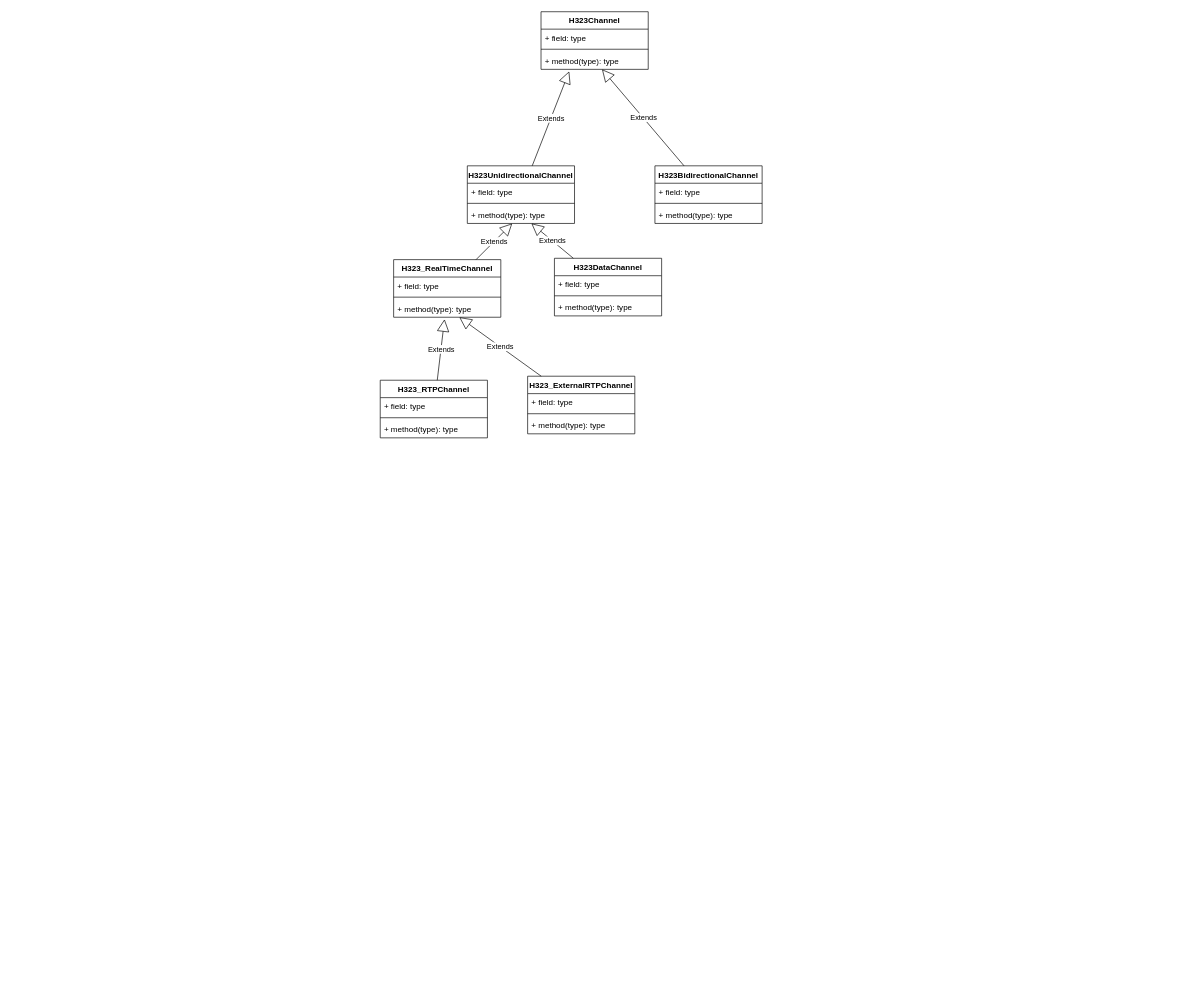
Above: page "RTPChannel" (7 of 7) of openmcu (18).drawio in lcrboy/doc (draw.io), before the change. Source tidied: cells renumbered, new cells numbered last; positions are measured from the earlier drawing's top-left corner, leaving out a move shared by most shapes. Both pictures are drawn from the tidied source at 67%, with x=0, y=0 at pixel (380, 11).
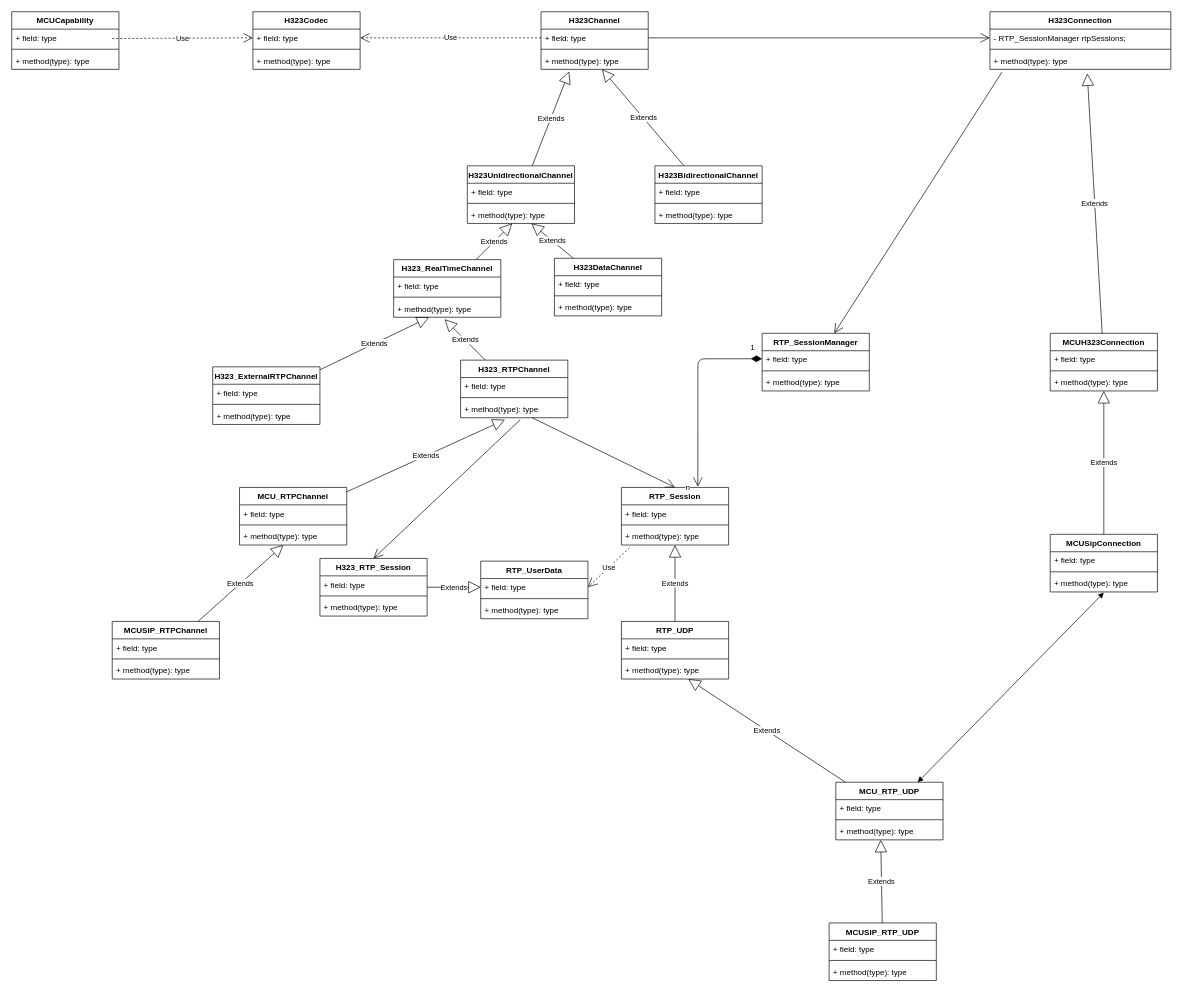
Above is the later version.

The change refers to these unchanged cells:
```xml
<mxCell id="3" value="+ field: type" style="text;strokeColor=none;fillColor=none;align=left;verticalAlign=top;spacingLeft=4;spacingRight=4;overflow=hidden;points=[[0,0.5],[1,0.5]];portConstraint=eastwest;" parent="2" vertex="1">
  <mxGeometry y="26" width="160" height="26" as="geometry" />
</mxCell>
<mxCell id="24" value="+ method(type): type" style="text;strokeColor=none;fillColor=none;align=left;verticalAlign=top;spacingLeft=4;spacingRight=4;overflow=hidden;points=[[0,0.5],[1,0.5]];portConstraint=eastwest;" parent="21" vertex="1">
  <mxGeometry y="60" width="160" height="26" as="geometry" />
</mxCell>
```

What changed in the source:
```diff
@@
     <mxCell id="21" value="H323_RTPChannel" style="swimlane;fontStyle=1;align=center;verticalAlign=top;horizontal=1;startSize=26;" parent="1" vertex="1">
-      <mxGeometry y="550" width="160" height="86" as="geometry" />
+      <mxGeometry x="120" y="520" width="160" height="86" as="geometry" />
     </mxCell>
@@
     <mxCell id="26" value="H323_ExternalRTPChannel" style="swimlane;fontStyle=1;align=center;verticalAlign=top;horizontal=1;startSize=26;" parent="1" vertex="1">
-      <mxGeometry x="220" y="544" width="160" height="86" as="geometry" />
+      <mxGeometry x="-250" y="530" width="160" height="86" as="geometry" />
     </mxCell>
@@
+    <mxCell id="36" value="RTP_UserData" style="swimlane;fontStyle=1;align=center;verticalAlign=top;horizontal=1;startSize=26;" parent="1" vertex="1">
+      <mxGeometry x="150" y="820" width="160" height="86" as="geometry" />
+    </mxCell>
+    <mxCell id="37" value="+ field: type" style="text;strokeColor=none;fillColor=none;align=left;verticalAlign=top;spacingLeft=4;spacingRight=4;overflow=hidden;points=[[0,0.5],[1,0.5]];portConstraint=eastwest;" parent="36" vertex="1">
+      <mxGeometry y="26" width="160" height="26" as="geometry" />
+    </mxCell>
+    <mxCell id="38" style="line;strokeWidth=1;fillColor=none;align=left;verticalAlign=middle;spacingTop=-1;spacingLeft=3;spacingRight=3;labelPosition=right;" parent="36" vertex="1">
+      <mxGeometry y="52" width="160" height="8" as="geometry" />
+    </mxCell>
+    <mxCell id="39" value="+ method(type): type" style="text;strokeColor=none;fillColor=none;align=left;verticalAlign=top;spacingLeft=4;spacingRight=4;overflow=hidden;" parent="36" vertex="1">
+      <mxGeometry y="60" width="160" height="26" as="geometry" />
+    </mxCell>
+    <mxCell id="40" value="H323_RTP_Session" style="swimlane;fontStyle=1;align=center;verticalAlign=top;horizontal=1;startSize=26;" parent="1" vertex="1">
+      <mxGeometry x="-90" y="816" width="160" height="86" as="geometry" />
+    </mxCell>
+    <mxCell id="41" value="+ field: type" style="text;strokeColor=none;fillColor=none;align=left;verticalAlign=top;spacingLeft=4;spacingRight=4;overflow=hidden;" parent="40" vertex="1">
+      <mxGeometry y="26" width="160" height="26" as="geometry" />
+    </mxCell>
+    <mxCell id="42" style="line;strokeWidth=1;fillColor=none;align=left;verticalAlign=middle;spacingTop=-1;spacingLeft=3;spacingRight=3;labelPosition=right;" parent="40" vertex="1">
+      <mxGeometry y="52" width="160" height="8" as="geometry" />
+    </mxCell>
+    <mxCell id="43" value="+ method(type): type" style="text;strokeColor=none;fillColor=none;align=left;verticalAlign=top;spacingLeft=4;spacingRight=4;overflow=hidden;" parent="40" vertex="1">
+      <mxGeometry y="60" width="160" height="26" as="geometry" />
+    </mxCell>
+    <mxCell id="44" value="RTP_Session" style="swimlane;fontStyle=1;align=center;verticalAlign=top;horizontal=1;startSize=26;" parent="1" vertex="1">
+      <mxGeometry x="360" y="710" width="160" height="86" as="geometry" />
+    </mxCell>
+    <mxCell id="45" value="+ field: type" style="text;strokeColor=none;fillColor=none;align=left;verticalAlign=top;spacingLeft=4;spacingRight=4;overflow=hidden;" parent="44" vertex="1">
+      <mxGeometry y="26" width="160" height="26" as="geometry" />
+    </mxCell>
+    <mxCell id="46" style="line;strokeWidth=1;fillColor=none;align=left;verticalAlign=middle;spacingTop=-1;spacingLeft=3;spacingRight=3;labelPosition=right;" parent="44" vertex="1">
+      <mxGeometry y="52" width="160" height="8" as="geometry" />
+    </mxCell>
+    <mxCell id="47" value="+ method(type): type" style="text;strokeColor=none;fillColor=none;align=left;verticalAlign=top;spacingLeft=4;spacingRight=4;overflow=hidden;points=[[0,0.5],[1,0.5]];portConstraint=eastwest;" parent="44" vertex="1">
+      <mxGeometry y="60" width="160" height="26" as="geometry" />
+    </mxCell>
+    <mxCell id="48" value="Extends" style="endArrow=block;endSize=16;endFill=0;html=1;" parent="1" edge="1" source="40" target="37">
+      <mxGeometry relative="1" as="geometry" />
+    </mxCell>
+    <mxCell id="49" style="endArrow=open;endFill=1;endSize=12;html=1;entryX=0.5;entryY=0;entryDx=0;entryDy=0;exitX=0.556;exitY=1.115;exitDx=0;exitDy=0;exitPerimeter=0;" parent="1" edge="1" source="24" target="40">
+      <mxGeometry relative="1" as="geometry" />
+    </mxCell>
+    <mxCell id="50" style="endArrow=open;endFill=1;endSize=12;html=1;entryX=0.5;entryY=0;entryDx=0;entryDy=0;" parent="1" edge="1" source="24" target="44">
+      <mxGeometry relative="1" as="geometry" />
+    </mxCell>
+    <mxCell id="51" value="MCU_RTPChannel" style="swimlane;fontStyle=1;align=center;verticalAlign=top;horizontal=1;startSize=26;" parent="1" vertex="1">
+      <mxGeometry x="-210" y="710" width="160" height="86" as="geometry" />
+    </mxCell>
+    <mxCell id="52" value="+ field: type" style="text;strokeColor=none;fillColor=none;align=left;verticalAlign=top;spacingLeft=4;spacingRight=4;overflow=hidden;" parent="51" vertex="1">
+      <mxGeometry y="26" width="160" height="26" as="geometry" />
+    </mxCell>
+    <mxCell id="53" style="line;strokeWidth=1;fillColor=none;align=left;verticalAlign=middle;spacingTop=-1;spacingLeft=3;spacingRight=3;labelPosition=right;" parent="51" vertex="1">
+      <mxGeometry y="52" width="160" height="8" as="geometry" />
+    </mxCell>
+    <mxCell id="54" value="+ method(type): type" style="text;strokeColor=none;fillColor=none;align=left;verticalAlign=top;spacingLeft=4;spacingRight=4;overflow=hidden;points=[[0,0.5],[1,0.5]];portConstraint=eastwest;" parent="51" vertex="1">
+      <mxGeometry y="60" width="160" height="26" as="geometry" />
+    </mxCell>
+    <mxCell id="55" value="Extends" style="endArrow=block;endSize=16;endFill=0;html=1;entryX=0.413;entryY=1.115;entryDx=0;entryDy=0;entryPerimeter=0;" parent="1" edge="1" source="51" target="24">
+      <mxGeometry relative="1" as="geometry" />
+    </mxCell>
+    <mxCell id="56" value="MCUSipConnection" style="swimlane;fontStyle=1;align=center;verticalAlign=top;horizontal=1;startSize=26;" parent="1" vertex="1">
+      <mxGeometry x="1000" y="780" width="160" height="86" as="geometry" />
+    </mxCell>
+    <mxCell id="57" value="+ field: type" style="text;strokeColor=none;fillColor=none;align=left;verticalAlign=top;spacingLeft=4;spacingRight=4;overflow=hidden;" parent="56" vertex="1">
+      <mxGeometry y="26" width="160" height="26" as="geometry" />
+    </mxCell>
+    <mxCell id="58" style="line;strokeWidth=1;fillColor=none;align=left;verticalAlign=middle;spacingTop=-1;spacingLeft=3;spacingRight=3;labelPosition=right;" parent="56" vertex="1">
+      <mxGeometry y="52" width="160" height="8" as="geometry" />
+    </mxCell>
+    <mxCell id="59" value="+ method(type): type" style="text;strokeColor=none;fillColor=none;align=left;verticalAlign=top;spacingLeft=4;spacingRight=4;overflow=hidden;points=[[0,0.5],[1,0.5]];portConstraint=eastwest;" parent="56" vertex="1">
+      <mxGeometry y="60" width="160" height="26" as="geometry" />
+    </mxCell>
+    <mxCell id="60" value="MCUH323Connection" style="swimlane;fontStyle=1;align=center;verticalAlign=top;horizontal=1;startSize=26;" parent="1" vertex="1">
+      <mxGeometry x="1000" y="480" width="160" height="86" as="geometry" />
+    </mxCell>
+    <mxCell id="61" value="+ field: type" style="text;strokeColor=none;fillColor=none;align=left;verticalAlign=top;spacingLeft=4;spacingRight=4;overflow=hidden;" parent="60" vertex="1">
+      <mxGeometry y="26" width="160" height="26" as="geometry" />
+    </mxCell>
+    <mxCell id="62" style="line;strokeWidth=1;fillColor=none;align=left;verticalAlign=middle;spacingTop=-1;spacingLeft=3;spacingRight=3;labelPosition=right;" parent="60" vertex="1">
+      <mxGeometry y="52" width="160" height="8" as="geometry" />
+    </mxCell>
+    <mxCell id="63" value="+ method(type): type" style="text;strokeColor=none;fillColor=none;align=left;verticalAlign=top;spacingLeft=4;spacingRight=4;overflow=hidden;points=[[0,0.5],[1,0.5]];portConstraint=eastwest;" parent="60" vertex="1">
+      <mxGeometry y="60" width="160" height="26" as="geometry" />
+    </mxCell>
+    <mxCell id="64" value="H323Connection" style="swimlane;fontStyle=1;align=center;verticalAlign=top;horizontal=1;startSize=26;" parent="1" vertex="1">
+      <mxGeometry x="910" width="270" height="86" as="geometry" />
+    </mxCell>
+    <mxCell id="65" value="- RTP_SessionManager rtpSessions;" style="text;strokeColor=none;fillColor=none;align=left;verticalAlign=top;spacingLeft=4;spacingRight=4;overflow=hidden;points=[[0,0.5],[1,0.5]];portConstraint=eastwest;" parent="64" vertex="1">
+      <mxGeometry y="26" width="270" height="26" as="geometry" />
+    </mxCell>
+    <mxCell id="66" style="line;strokeWidth=1;fillColor=none;align=left;verticalAlign=middle;spacingTop=-1;spacingLeft=3;spacingRight=3;labelPosition=right;" parent="64" vertex="1">
+      <mxGeometry y="52" width="270" height="8" as="geometry" />
+    </mxCell>
+    <mxCell id="67" value="+ method(type): type" style="text;strokeColor=none;fillColor=none;align=left;verticalAlign=top;spacingLeft=4;spacingRight=4;overflow=hidden;points=[[0,0.5],[1,0.5]];portConstraint=eastwest;" parent="64" vertex="1">
+      <mxGeometry y="60" width="270" height="26" as="geometry" />
+    </mxCell>
+    <mxCell id="68" value="Extends" style="endArrow=block;endSize=16;endFill=0;html=1;entryX=0.538;entryY=1.231;entryDx=0;entryDy=0;entryPerimeter=0;" parent="1" edge="1" source="60" target="67">
+      <mxGeometry relative="1" as="geometry" />
+    </mxCell>
+    <mxCell id="69" value="Extends" style="endArrow=block;endSize=16;endFill=0;html=1;" parent="1" edge="1" source="56" target="63">
+      <mxGeometry relative="1" as="geometry" />
+    </mxCell>
+    <mxCell id="70" value="MCUSIP_RTPChannel" style="swimlane;fontStyle=1;align=center;verticalAlign=top;horizontal=1;startSize=26;" parent="1" vertex="1">
+      <mxGeometry x="-400" y="910" width="160" height="86" as="geometry" />
+    </mxCell>
+    <mxCell id="71" value="+ field: type" style="text;strokeColor=none;fillColor=none;align=left;verticalAlign=top;spacingLeft=4;spacingRight=4;overflow=hidden;" parent="70" vertex="1">
+      <mxGeometry y="26" width="160" height="26" as="geometry" />
+    </mxCell>
+    <mxCell id="72" style="line;strokeWidth=1;fillColor=none;align=left;verticalAlign=middle;spacingTop=-1;spacingLeft=3;spacingRight=3;labelPosition=right;" parent="70" vertex="1">
+      <mxGeometry y="52" width="160" height="8" as="geometry" />
+    </mxCell>
+    <mxCell id="73" value="+ method(type): type" style="text;strokeColor=none;fillColor=none;align=left;verticalAlign=top;spacingLeft=4;spacingRight=4;overflow=hidden;" parent="70" vertex="1">
+      <mxGeometry y="60" width="160" height="26" as="geometry" />
+    </mxCell>
+    <mxCell id="74" value="Extends" style="endArrow=block;endSize=16;endFill=0;html=1;" parent="1" edge="1" source="70" target="54">
+      <mxGeometry relative="1" as="geometry" />
+    </mxCell>
+    <mxCell id="75" value="MCU_RTP_UDP" style="swimlane;fontStyle=1;align=center;verticalAlign=top;horizontal=1;startSize=26;" parent="1" vertex="1">
+      <mxGeometry x="680" y="1150" width="160" height="86" as="geometry" />
+    </mxCell>
+    <mxCell id="76" value="+ field: type" style="text;strokeColor=none;fillColor=none;align=left;verticalAlign=top;spacingLeft=4;spacingRight=4;overflow=hidden;" parent="75" vertex="1">
+      <mxGeometry y="26" width="160" height="26" as="geometry" />
+    </mxCell>
+    <mxCell id="77" style="line;strokeWidth=1;fillColor=none;align=left;verticalAlign=middle;spacingTop=-1;spacingLeft=3;spacingRight=3;labelPosition=right;" parent="75" vertex="1">
+      <mxGeometry y="52" width="160" height="8" as="geometry" />
+    </mxCell>
+    <mxCell id="78" value="+ method(type): type" style="text;strokeColor=none;fillColor=none;align=left;verticalAlign=top;spacingLeft=4;spacingRight=4;overflow=hidden;points=[[0,0.5],[1,0.5]];portConstraint=eastwest;" parent="75" vertex="1">
+      <mxGeometry y="60" width="160" height="26" as="geometry" />
+    </mxCell>
+    <mxCell id="79" value="MCUSIP_RTP_UDP" style="swimlane;fontStyle=1;align=center;verticalAlign=top;horizontal=1;startSize=26;" parent="1" vertex="1">
+      <mxGeometry x="670" y="1360" width="160" height="86" as="geometry" />
+    </mxCell>
+    <mxCell id="80" value="+ field: type" style="text;strokeColor=none;fillColor=none;align=left;verticalAlign=top;spacingLeft=4;spacingRight=4;overflow=hidden;" parent="79" vertex="1">
+      <mxGeometry y="26" width="160" height="26" as="geometry" />
+    </mxCell>
+    <mxCell id="81" style="line;strokeWidth=1;fillColor=none;align=left;verticalAlign=middle;spacingTop=-1;spacingLeft=3;spacingRight=3;labelPosition=right;" parent="79" vertex="1">
+      <mxGeometry y="52" width="160" height="8" as="geometry" />
+    </mxCell>
+    <mxCell id="82" value="+ method(type): type" style="text;strokeColor=none;fillColor=none;align=left;verticalAlign=top;spacingLeft=4;spacingRight=4;overflow=hidden;" parent="79" vertex="1">
+      <mxGeometry y="60" width="160" height="26" as="geometry" />
+    </mxCell>
+    <mxCell id="83" value="Extends" style="endArrow=block;endSize=16;endFill=0;html=1;entryX=0.419;entryY=1;entryDx=0;entryDy=0;entryPerimeter=0;" parent="1" edge="1" source="79" target="78">
+      <mxGeometry relative="1" as="geometry" />
+    </mxCell>
+    <mxCell id="84" style="endArrow=block;startArrow=block;endFill=1;startFill=1;html=1;exitX=0.5;exitY=1.038;exitDx=0;exitDy=0;exitPerimeter=0;" parent="1" edge="1" source="59" target="75">
+      <mxGeometry relative="1" as="geometry" />
+    </mxCell>
+    <mxCell id="85" value="RTP_SessionManager" style="swimlane;fontStyle=1;align=center;verticalAlign=top;horizontal=1;startSize=26;" parent="1" vertex="1">
+      <mxGeometry x="570" y="480" width="160" height="86" as="geometry" />
+    </mxCell>
+    <mxCell id="86" value="+ field: type" style="text;strokeColor=none;fillColor=none;align=left;verticalAlign=top;spacingLeft=4;spacingRight=4;overflow=hidden;" parent="85" vertex="1">
+      <mxGeometry y="26" width="160" height="26" as="geometry" />
+    </mxCell>
+    <mxCell id="87" style="line;strokeWidth=1;fillColor=none;align=left;verticalAlign=middle;spacingTop=-1;spacingLeft=3;spacingRight=3;labelPosition=right;" parent="85" vertex="1">
+      <mxGeometry y="52" width="160" height="8" as="geometry" />
+    </mxCell>
+    <mxCell id="88" value="+ method(type): type" style="text;strokeColor=none;fillColor=none;align=left;verticalAlign=top;spacingLeft=4;spacingRight=4;overflow=hidden;" parent="85" vertex="1">
+      <mxGeometry y="60" width="160" height="26" as="geometry" />
+    </mxCell>
+    <mxCell id="89" value="RTP_UDP" style="swimlane;fontStyle=1;align=center;verticalAlign=top;horizontal=1;startSize=26;" parent="1" vertex="1">
+      <mxGeometry x="360" y="910" width="160" height="86" as="geometry" />
+    </mxCell>
+    <mxCell id="90" value="+ field: type" style="text;strokeColor=none;fillColor=none;align=left;verticalAlign=top;spacingLeft=4;spacingRight=4;overflow=hidden;" parent="89" vertex="1">
+      <mxGeometry y="26" width="160" height="26" as="geometry" />
+    </mxCell>
+    <mxCell id="91" style="line;strokeWidth=1;fillColor=none;align=left;verticalAlign=middle;spacingTop=-1;spacingLeft=3;spacingRight=3;labelPosition=right;" parent="89" vertex="1">
+      <mxGeometry y="52" width="160" height="8" as="geometry" />
+    </mxCell>
+    <mxCell id="92" value="+ method(type): type" style="text;strokeColor=none;fillColor=none;align=left;verticalAlign=top;spacingLeft=4;spacingRight=4;overflow=hidden;points=[[0,0.5],[1,0.5]];portConstraint=eastwest;" parent="89" vertex="1">
+      <mxGeometry y="60" width="160" height="26" as="geometry" />
+    </mxCell>
+    <mxCell id="93" value="Extends" style="endArrow=block;endSize=16;endFill=0;html=1;" parent="1" edge="1" source="75" target="92">
+      <mxGeometry relative="1" as="geometry" />
+    </mxCell>
+    <mxCell id="94" value="Extends" style="endArrow=block;endSize=16;endFill=0;html=1;" parent="1" edge="1" source="89" target="47">
+      <mxGeometry relative="1" as="geometry" />
+    </mxCell>
+    <mxCell id="95" value="1" style="endArrow=open;html=1;endSize=12;startArrow=diamondThin;startSize=14;startFill=1;edgeStyle=orthogonalEdgeStyle;align=left;verticalAlign=bottom;entryX=0.713;entryY=-0.012;entryDx=0;entryDy=0;entryPerimeter=0;" parent="1" edge="1" source="85" target="44">
+      <mxGeometry x="-0.87" y="-8" relative="1" as="geometry">
+        <Array as="points">
+          <mxPoint x="474" y="518" />
+        </Array>
+      </mxGeometry>
+    </mxCell>
+    <mxCell id="96" value="n" style="text;html=1;align=center;verticalAlign=middle;labelBackgroundColor=#ffffff;" parent="95" vertex="1">
+      <mxGeometry x="0.95" y="-2" relative="1" as="geometry">
+        <mxPoint x="-14" y="8" as="offset" />
+      </mxGeometry>
+    </mxCell>
+    <mxCell id="97" style="endArrow=open;endFill=1;endSize=12;html=1;exitX=0.067;exitY=1.154;exitDx=0;exitDy=0;exitPerimeter=0;" parent="1" edge="1" source="67" target="85">
+      <mxGeometry relative="1" as="geometry" />
+    </mxCell>
+    <mxCell id="98" value="Use" style="endArrow=open;endSize=12;dashed=1;html=1;entryX=1;entryY=0.5;entryDx=0;entryDy=0;exitX=0.075;exitY=1.154;exitDx=0;exitDy=0;exitPerimeter=0;" parent="1" edge="1" source="47" target="37">
+      <mxGeometry relative="1" as="geometry" />
+    </mxCell>
+    <mxCell id="99" style="endArrow=open;endFill=1;endSize=12;html=1;entryX=0;entryY=0.5;entryDx=0;entryDy=0;" parent="1" edge="1" source="3" target="65">
+      <mxGeometry relative="1" as="geometry" />
+    </mxCell>
+    <mxCell id="100" value="H323Codec" style="swimlane;fontStyle=1;align=center;verticalAlign=top;horizontal=1;startSize=26;" parent="1" vertex="1">
+      <mxGeometry x="-190" width="160" height="86" as="geometry" />
+    </mxCell>
+    <mxCell id="101" value="+ field: type" style="text;strokeColor=none;fillColor=none;align=left;verticalAlign=top;spacingLeft=4;spacingRight=4;overflow=hidden;points=[[0,0.5],[1,0.5]];portConstraint=eastwest;" parent="100" vertex="1">
+      <mxGeometry y="26" width="160" height="26" as="geometry" />
+    </mxCell>
+    <mxCell id="102" style="line;strokeWidth=1;fillColor=none;align=left;verticalAlign=middle;spacingTop=-1;spacingLeft=3;spacingRight=3;labelPosition=right;" parent="100" vertex="1">
+      <mxGeometry y="52" width="160" height="8" as="geometry" />
+    </mxCell>
+    <mxCell id="103" value="+ method(type): type" style="text;strokeColor=none;fillColor=none;align=left;verticalAlign=top;spacingLeft=4;spacingRight=4;overflow=hidden;" parent="100" vertex="1">
+      <mxGeometry y="60" width="160" height="26" as="geometry" />
+    </mxCell>
+    <mxCell id="104" value="Use" style="endArrow=open;endSize=12;dashed=1;html=1;entryX=1;entryY=0.5;entryDx=0;entryDy=0;exitX=0;exitY=0.5;exitDx=0;exitDy=0;" parent="1" edge="1" source="3" target="101">
+      <mxGeometry relative="1" as="geometry" />
+    </mxCell>
+    <mxCell id="105" value="MCUCapability" style="swimlane;fontStyle=1;align=center;verticalAlign=top;horizontal=1;startSize=26;" parent="1" vertex="1">
+      <mxGeometry x="-550" width="160" height="86" as="geometry" />
+    </mxCell>
+    <mxCell id="106" value="+ field: type" style="text;strokeColor=none;fillColor=none;align=left;verticalAlign=top;spacingLeft=4;spacingRight=4;overflow=hidden;" parent="105" vertex="1">
+      <mxGeometry y="26" width="160" height="26" as="geometry" />
+    </mxCell>
+    <mxCell id="107" value="Use" style="endArrow=open;endSize=12;dashed=1;html=1;entryX=0;entryY=0.5;entryDx=0;entryDy=0;" parent="105" edge="1" target="101">
+      <mxGeometry relative="1" as="geometry">
+        <mxPoint x="150" y="40" as="sourcePoint" />
+      </mxGeometry>
+    </mxCell>
+    <mxCell id="108" style="line;strokeWidth=1;fillColor=none;align=left;verticalAlign=middle;spacingTop=-1;spacingLeft=3;spacingRight=3;labelPosition=right;" parent="105" vertex="1">
+      <mxGeometry y="52" width="160" height="8" as="geometry" />
+    </mxCell>
+    <mxCell id="109" value="+ method(type): type" style="text;strokeColor=none;fillColor=none;align=left;verticalAlign=top;spacingLeft=4;spacingRight=4;overflow=hidden;" parent="105" vertex="1">
+      <mxGeometry y="60" width="160" height="26" as="geometry" />
+    </mxCell>
```
